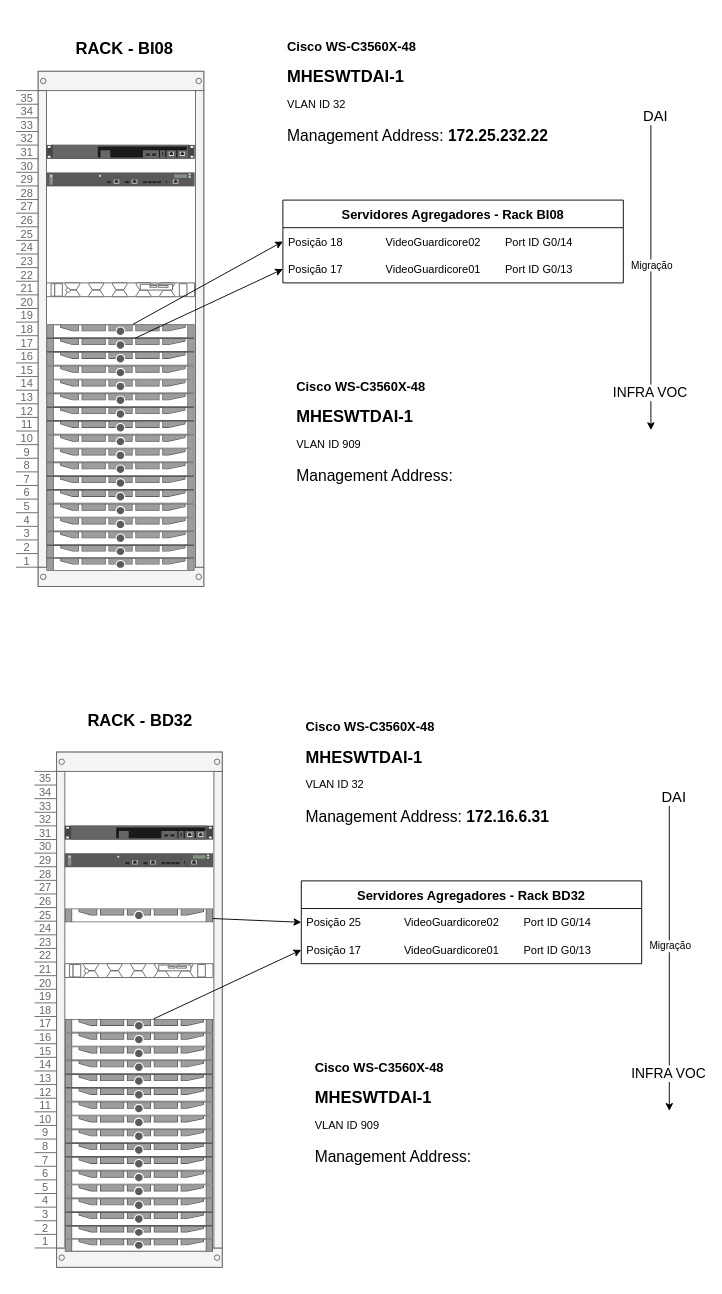
Above: infra_VOC.drawio in eloyx3x/Diagramas (draw.io), before the change. Source tidied: cells renumbered, new cells numbered last; positions are measured from the earlier drawing's top-left corner, leaving out a move shared by most shapes. Both pictures are drawn from the tidied source at 92%, with x=0, y=0 at pixel (16, 25).
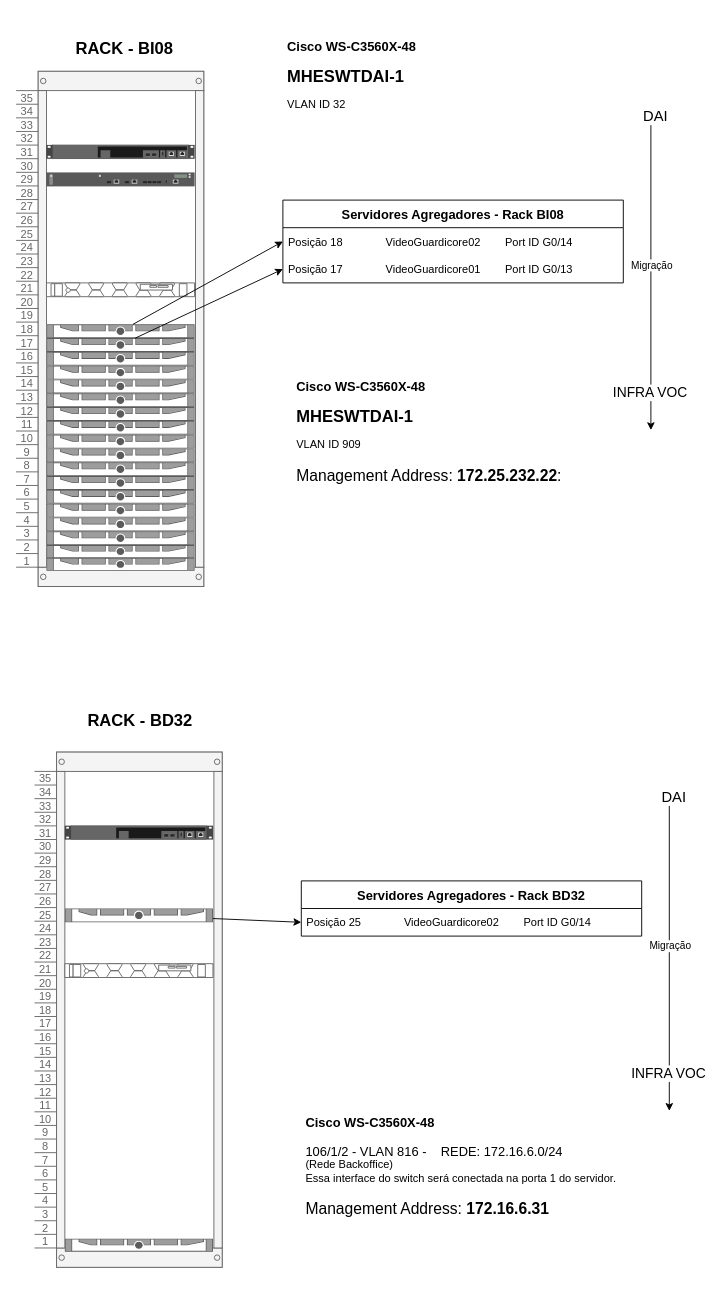
Above is the later version.

Unchanged cells that the change refers to:
```xml
<mxCell id="35" style="strokeColor=#666666;html=1;verticalLabelPosition=bottom;labelBackgroundColor=#ffffff;verticalAlign=top;shadow=0;dashed=0;shape=mxgraph.rackGeneral.rackCabinet;fillColor2=#f4f4f4;allowGaps=1;textColor=#666666;numDisp=descend;unitNum=35;" parent="1" vertex="1">
  <mxGeometry x="20" y="790" width="203" height="571" as="geometry" />
</mxCell>
```

Change to the diagram source:
```diff
@@
-    <mxCell id="29" value="&lt;h1 style=&quot;font-size: 18px;&quot;&gt;&lt;font style=&quot;font-size: 14px;&quot;&gt;Cisco WS-C3560X-48&lt;/font&gt;&lt;/h1&gt;&lt;h1 style=&quot;font-size: 18px;&quot;&gt;&lt;font style=&quot;font-size: 18px;&quot;&gt;MHESWTDAI-1&lt;/font&gt;&lt;/h1&gt;&lt;p&gt;VLAN ID 32&lt;/p&gt;&lt;p style=&quot;font-size: 17px;&quot;&gt;Management Address: &lt;b&gt;&lt;font style=&quot;font-size: 17px;&quot;&gt;172.25.232.22&lt;/font&gt;&lt;/b&gt;&lt;br&gt;&lt;/p&gt;" style="text;html=1;strokeColor=none;fillColor=none;spacing=5;spacingTop=-20;whiteSpace=wrap;overflow=hidden;rounded=0;" parent="1" vertex="1">
+    <mxCell id="29" value="&lt;h1 style=&quot;font-size: 18px;&quot;&gt;&lt;font style=&quot;font-size: 14px;&quot;&gt;Cisco WS-C3560X-48&lt;/font&gt;&lt;/h1&gt;&lt;h1 style=&quot;font-size: 18px;&quot;&gt;&lt;font style=&quot;font-size: 18px;&quot;&gt;MHESWTDAI-1&lt;/font&gt;&lt;/h1&gt;&lt;p&gt;VLAN ID 32&lt;/p&gt;&lt;p style=&quot;font-size: 17px;&quot;&gt;&lt;br&gt;&lt;/p&gt;" style="text;html=1;strokeColor=none;fillColor=none;spacing=5;spacingTop=-20;whiteSpace=wrap;overflow=hidden;rounded=0;" parent="1" vertex="1">
       <mxGeometry x="290" y="10" width="326" height="125" as="geometry" />
     </mxCell>
-    <mxCell id="30" value="&lt;h1 style=&quot;font-size: 18px;&quot;&gt;&lt;font style=&quot;font-size: 14px;&quot;&gt;Cisco WS-C3560X-48&lt;/font&gt;&lt;/h1&gt;&lt;h1 style=&quot;font-size: 18px;&quot;&gt;&lt;font style=&quot;font-size: 18px;&quot;&gt;MHESWTDAI-1&lt;/font&gt;&lt;/h1&gt;&lt;p&gt;VLAN ID 909&lt;br&gt;&lt;/p&gt;&lt;p style=&quot;font-size: 17px;&quot;&gt;Management Address: &lt;br&gt;&lt;/p&gt;" style="text;html=1;strokeColor=none;fillColor=none;spacing=5;spacingTop=-20;whiteSpace=wrap;overflow=hidden;rounded=0;" parent="1" vertex="1">
+    <mxCell id="30" value="&lt;h1 style=&quot;font-size: 18px;&quot;&gt;&lt;font style=&quot;font-size: 14px;&quot;&gt;Cisco WS-C3560X-48&lt;/font&gt;&lt;/h1&gt;&lt;h1 style=&quot;font-size: 18px;&quot;&gt;&lt;font style=&quot;font-size: 18px;&quot;&gt;MHESWTDAI-1&lt;/font&gt;&lt;/h1&gt;&lt;p&gt;VLAN ID 909&lt;br&gt;&lt;/p&gt;&lt;p style=&quot;font-size: 17px;&quot;&gt;Management Address: &lt;b&gt;&lt;font style=&quot;font-size: 17px;&quot;&gt;172.25.232.22&lt;/font&gt;&lt;/b&gt;: &lt;br&gt;&lt;/p&gt;" style="text;html=1;strokeColor=none;fillColor=none;spacing=5;spacingTop=-20;whiteSpace=wrap;overflow=hidden;rounded=0;" parent="1" vertex="1">
       <mxGeometry x="300" y="380" width="326" height="125" as="geometry" />
     </mxCell>
@@
-    <mxCell id="37" style="html=1;verticalLabelPosition=bottom;verticalAlign=top;shadow=0;dashed=0;shape=mxgraph.rack.hpe_aruba.gateways_controllers.aruba_7210_mobility_controller_front;" parent="35" vertex="1">
-      <mxGeometry x="33" y="110" width="161" height="15" as="geometry" />
-    </mxCell>
@@
-    <mxCell id="40" style="strokeColor=#666666;html=1;labelPosition=right;align=left;spacingLeft=15;shadow=0;dashed=0;outlineConnect=0;shape=mxgraph.rack.dell.poweredge_630;" parent="35" vertex="1">
-      <mxGeometry x="33" y="290" width="161" height="15" as="geometry" />
-    </mxCell>
-    <mxCell id="41" style="strokeColor=#666666;html=1;labelPosition=right;align=left;spacingLeft=15;shadow=0;dashed=0;shape=mxgraph.rack.dell.poweredge_630;" parent="35" vertex="1">
-      <mxGeometry x="33" y="305" width="161" height="15" as="geometry" />
-    </mxCell>
-    <mxCell id="42" style="strokeColor=#666666;html=1;labelPosition=right;align=left;spacingLeft=15;shadow=0;dashed=0;shape=mxgraph.rack.dell.poweredge_630;" parent="35" vertex="1">
-      <mxGeometry x="33" y="320" width="161" height="15" as="geometry" />
-    </mxCell>
-    <mxCell id="43" style="strokeColor=#666666;html=1;labelPosition=right;align=left;spacingLeft=15;shadow=0;dashed=0;shape=mxgraph.rack.dell.poweredge_630;" parent="35" vertex="1">
-      <mxGeometry x="33" y="335" width="161" height="15" as="geometry" />
-    </mxCell>
-    <mxCell id="44" style="strokeColor=#666666;html=1;labelPosition=right;align=left;spacingLeft=15;shadow=0;dashed=0;shape=mxgraph.rack.dell.poweredge_630;" parent="35" vertex="1">
-      <mxGeometry x="33" y="350" width="161" height="15" as="geometry" />
-    </mxCell>
-    <mxCell id="45" style="strokeColor=#666666;html=1;labelPosition=right;align=left;spacingLeft=15;shadow=0;dashed=0;shape=mxgraph.rack.dell.poweredge_630;" parent="35" vertex="1">
-      <mxGeometry x="33" y="365" width="161" height="15" as="geometry" />
-    </mxCell>
-    <mxCell id="46" style="strokeColor=#666666;html=1;labelPosition=right;align=left;spacingLeft=15;shadow=0;dashed=0;shape=mxgraph.rack.dell.poweredge_630;" parent="35" vertex="1">
-      <mxGeometry x="33" y="380" width="161" height="15" as="geometry" />
-    </mxCell>
-    <mxCell id="47" style="strokeColor=#666666;html=1;labelPosition=right;align=left;spacingLeft=15;shadow=0;dashed=0;shape=mxgraph.rack.dell.poweredge_630;" parent="35" vertex="1">
-      <mxGeometry x="33" y="395" width="161" height="15" as="geometry" />
-    </mxCell>
-    <mxCell id="48" style="strokeColor=#666666;html=1;labelPosition=right;align=left;spacingLeft=15;shadow=0;dashed=0;shape=mxgraph.rack.dell.poweredge_630;" parent="35" vertex="1">
-      <mxGeometry x="33" y="410" width="161" height="15" as="geometry" />
-    </mxCell>
-    <mxCell id="49" style="strokeColor=#666666;html=1;labelPosition=right;align=left;spacingLeft=15;shadow=0;dashed=0;shape=mxgraph.rack.dell.poweredge_630;" parent="35" vertex="1">
-      <mxGeometry x="33" y="425" width="161" height="15" as="geometry" />
-    </mxCell>
-    <mxCell id="50" style="strokeColor=#666666;html=1;labelPosition=right;align=left;spacingLeft=15;shadow=0;dashed=0;shape=mxgraph.rack.dell.poweredge_630;" parent="35" vertex="1">
-      <mxGeometry x="33" y="440" width="161" height="15" as="geometry" />
-    </mxCell>
-    <mxCell id="51" style="strokeColor=#666666;html=1;labelPosition=right;align=left;spacingLeft=15;shadow=0;dashed=0;shape=mxgraph.rack.dell.poweredge_630;" parent="35" vertex="1">
-      <mxGeometry x="33" y="455" width="161" height="15" as="geometry" />
-    </mxCell>
-    <mxCell id="52" style="strokeColor=#666666;html=1;labelPosition=right;align=left;spacingLeft=15;shadow=0;dashed=0;shape=mxgraph.rack.dell.poweredge_630;" parent="35" vertex="1">
-      <mxGeometry x="33" y="470" width="161" height="15" as="geometry" />
-    </mxCell>
-    <mxCell id="53" style="strokeColor=#666666;html=1;labelPosition=right;align=left;spacingLeft=15;shadow=0;dashed=0;shape=mxgraph.rack.dell.poweredge_630;" parent="35" vertex="1">
-      <mxGeometry x="33" y="485" width="161" height="15" as="geometry" />
-    </mxCell>
-    <mxCell id="54" style="strokeColor=#666666;html=1;labelPosition=right;align=left;spacingLeft=15;shadow=0;dashed=0;shape=mxgraph.rack.dell.poweredge_630;" parent="35" vertex="1">
-      <mxGeometry x="33" y="500" width="161" height="15" as="geometry" />
-    </mxCell>
-    <mxCell id="55" style="strokeColor=#666666;html=1;labelPosition=right;align=left;spacingLeft=15;shadow=0;dashed=0;shape=mxgraph.rack.dell.poweredge_630;" parent="35" vertex="1">
-      <mxGeometry x="33" y="515" width="161" height="14" as="geometry" />
-    </mxCell>
@@
     <mxCell id="57" value="Servidores Agregadores - Rack BD32" style="swimlane;fontStyle=1;horizontal=1;startSize=30;fontSize=14;" parent="1" vertex="1">
-      <mxGeometry x="310" y="930" width="370" height="90" as="geometry" />
+      <mxGeometry x="310" y="930" width="370" height="60" as="geometry" />
     </mxCell>
@@
-    <mxCell id="59" value="Posição 17              VideoGuardicore01        Port ID G0/13   " style="text;strokeColor=none;fillColor=none;align=left;verticalAlign=middle;spacingLeft=4;spacingRight=4;overflow=hidden;points=[[0,0.5],[1,0.5]];portConstraint=eastwest;" parent="57" vertex="1">
-      <mxGeometry y="60" width="370" height="30" as="geometry" />
-    </mxCell>
-    <mxCell id="60" style="endArrow=classic;html=1;rounded=0;entryX=0;entryY=0.5;entryDx=0;entryDy=0;entryPerimeter=0;" parent="1" edge="1" source="40" target="59">
-      <mxGeometry relative="1" as="geometry" />
-    </mxCell>
@@
-    <mxCell id="62" value="&lt;h1 style=&quot;font-size: 18px;&quot;&gt;&lt;font style=&quot;font-size: 14px;&quot;&gt;Cisco WS-C3560X-48&lt;/font&gt;&lt;/h1&gt;&lt;h1 style=&quot;font-size: 18px;&quot;&gt;&lt;font style=&quot;font-size: 18px;&quot;&gt;MHESWTDAI-1&lt;/font&gt;&lt;/h1&gt;&lt;p&gt;VLAN ID 32&lt;/p&gt;&lt;p style=&quot;font-size: 17px;&quot;&gt;Management Address: &lt;b&gt;&lt;font style=&quot;font-size: 17px;&quot;&gt;172.16.6.31&lt;/font&gt;&lt;/b&gt;&lt;br&gt;&lt;/p&gt;" style="text;html=1;strokeColor=none;fillColor=none;spacing=5;spacingTop=-20;whiteSpace=wrap;overflow=hidden;rounded=0;" parent="1" vertex="1">
-      <mxGeometry x="310" y="750" width="326" height="125" as="geometry" />
+    <mxCell id="62" value="&lt;h1 style=&quot;font-size: 18px;&quot;&gt;&lt;font style=&quot;font-size: 14px;&quot;&gt;Cisco WS-C3560X-48&lt;/font&gt;&lt;/h1&gt;&lt;div style=&quot;font-size: 14px;&quot;&gt;106/1/2 - VLAN 816 - &lt;span style=&quot;white-space: pre;&quot;&gt; &lt;/span&gt;&lt;span style=&quot;white-space: pre;&quot;&gt; &lt;/span&gt;&lt;span style=&quot;white-space: pre;&quot;&gt; &lt;/span&gt;REDE: 172.16.6.0/24 &lt;br&gt;&lt;/div&gt;&lt;div&gt;(Rede Backoffice) &lt;br&gt;&lt;/div&gt;&lt;div&gt;Essa interface do switch será conectada na porta 1 do servidor.&lt;/div&gt;&lt;p style=&quot;font-size: 17px;&quot;&gt;Management Address: &lt;b&gt;&lt;font style=&quot;font-size: 17px;&quot;&gt;172.16.6.31&lt;/font&gt;&lt;/b&gt;&lt;br&gt;&lt;/p&gt;" style="text;html=1;strokeColor=none;fillColor=none;spacing=5;spacingTop=-20;whiteSpace=wrap;overflow=hidden;rounded=0;" parent="1" vertex="1">
+      <mxGeometry x="310" y="1180" width="370" height="125" as="geometry" />
     </mxCell>
-    <mxCell id="63" value="&lt;h1 style=&quot;font-size: 18px;&quot;&gt;&lt;font style=&quot;font-size: 14px;&quot;&gt;Cisco WS-C3560X-48&lt;/font&gt;&lt;/h1&gt;&lt;h1 style=&quot;font-size: 18px;&quot;&gt;&lt;font style=&quot;font-size: 18px;&quot;&gt;MHESWTDAI-1&lt;/font&gt;&lt;/h1&gt;&lt;p&gt;VLAN ID 909&lt;br&gt;&lt;/p&gt;&lt;p style=&quot;font-size: 17px;&quot;&gt;Management Address: &lt;br&gt;&lt;/p&gt;" style="text;html=1;strokeColor=none;fillColor=none;spacing=5;spacingTop=-20;whiteSpace=wrap;overflow=hidden;rounded=0;" parent="1" vertex="1">
-      <mxGeometry x="320" y="1120" width="326" height="125" as="geometry" />
-    </mxCell>
```
